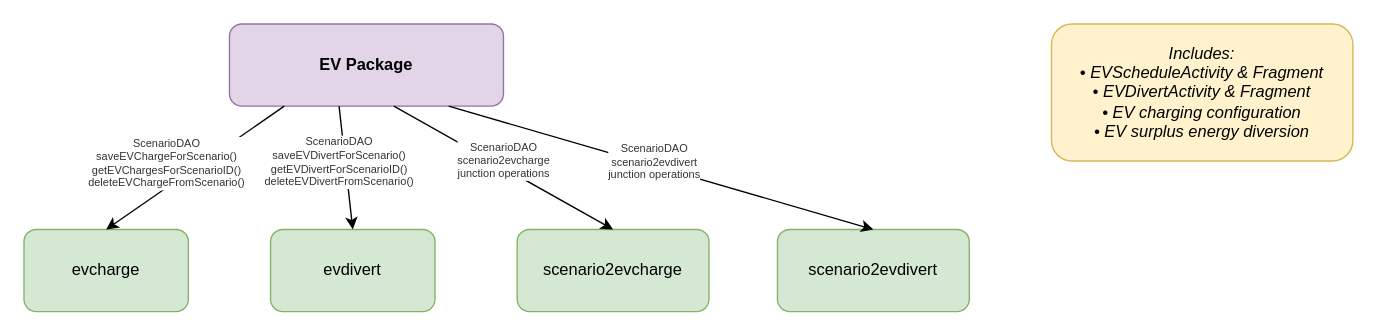
Tonyslogic/comparetout keeps this draw.io diagram as docs/model/ev-package.drawio. Above is the earlier version. Source tidied: cells renumbered, new cells numbered last; positions are measured from the earlier drawing's top-left corner, leaving out a move shared by most shapes. Both pictures are drawn from the tidied source at 137%, with x=0, y=0 at pixel (23, 23).
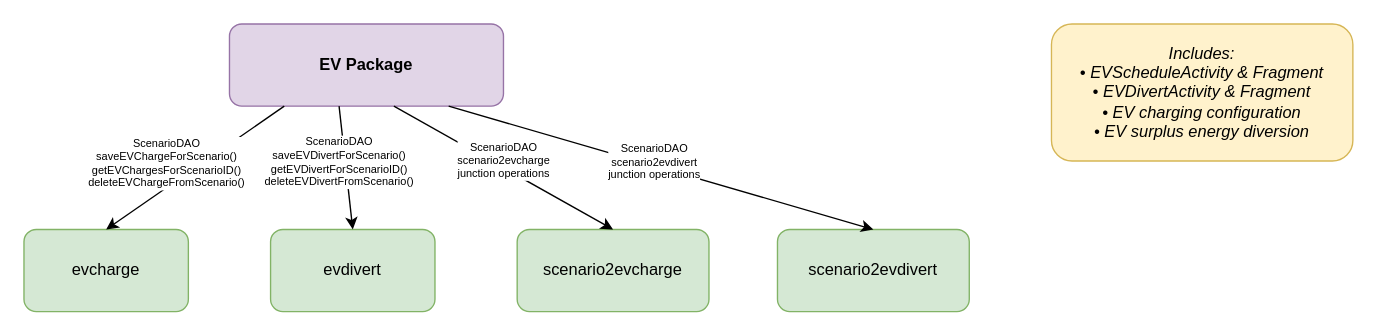
The same diagram, later.

Change to the diagram source:
```diff
@@
 <mxGraphModel>
   <root>
     <mxCell id="0" />
     <mxCell id="1" parent="0" />
     <mxCell id="2" value="EV Package" style="rounded=1;whiteSpace=wrap;html=1;fillColor=#E1D5E7;strokeColor=#9673A6;fontColor=#000000;fontStyle=1;" parent="1" vertex="1">
       <mxGeometry x="150" width="200" height="60" as="geometry" />
     </mxCell>
     <mxCell id="3" value="evcharge" style="rounded=1;whiteSpace=wrap;html=1;fillColor=#D5E8D4;strokeColor=#82B366;fontColor=#000000;" parent="1" vertex="1">
       <mxGeometry y="150" width="120" height="60" as="geometry" />
     </mxCell>
     <mxCell id="4" value="evdivert" style="rounded=1;whiteSpace=wrap;html=1;fillColor=#D5E8D4;strokeColor=#82B366;fontColor=#000000;" parent="1" vertex="1">
       <mxGeometry x="180" y="150" width="120" height="60" as="geometry" />
     </mxCell>
     <mxCell id="5" value="scenario2evcharge" style="rounded=1;whiteSpace=wrap;html=1;fillColor=#D5E8D4;strokeColor=#82B366;fontColor=#000000;" parent="1" vertex="1">
       <mxGeometry x="360" y="150" width="140" height="60" as="geometry" />
     </mxCell>
     <mxCell id="6" value="scenario2evdivert" style="rounded=1;whiteSpace=wrap;html=1;fillColor=#D5E8D4;strokeColor=#82B366;fontColor=#000000;" parent="1" vertex="1">
       <mxGeometry x="550" y="150" width="140" height="60" as="geometry" />
     </mxCell>
     <mxCell id="7" style="endArrow=classic;html=1;rounded=1;exitX=0.2;exitY=1;exitDx=0;exitDy=0;entryX=0.5;entryY=0;entryDx=0;entryDy=0;" parent="1" edge="1" source="2" target="3">
       <mxGeometry relative="1" as="geometry" />
     </mxCell>
-    <mxCell id="8" value="ScenarioDAO&#10;saveEVChargeForScenario()&#10;getEVChargesForScenarioID()&#10;deleteEVChargeFromScenario()" style="edgeLabel;html=1;align=center;verticalAlign=middle;fontSize=8;fontColor=#333333;" parent="7" vertex="1">
+    <mxCell id="8" value="ScenarioDAO&#10;saveEVChargeForScenario()&#10;getEVChargesForScenarioID()&#10;deleteEVChargeFromScenario()" style="edgeLabel;html=1;align=center;verticalAlign=middle;fontSize=8;fontColor=#000000;labelBackgroundColor=#FFFFFF;" parent="7" vertex="1">
       <mxGeometry x="-0.2" y="1" relative="1" as="geometry">
         <mxPoint x="-35" y="5" as="offset" />
       </mxGeometry>
     </mxCell>
     <mxCell id="9" style="endArrow=classic;html=1;rounded=1;exitX=0.4;exitY=1;exitDx=0;exitDy=0;entryX=0.5;entryY=0;entryDx=0;entryDy=0;" parent="1" edge="1" source="2" target="4">
       <mxGeometry relative="1" as="geometry" />
     </mxCell>
-    <mxCell id="10" value="ScenarioDAO&#10;saveEVDivertForScenario()&#10;getEVDivertForScenarioID()&#10;deleteEVDivertFromScenario()" style="edgeLabel;html=1;align=center;verticalAlign=middle;fontSize=8;fontColor=#333333;" parent="9" vertex="1">
+    <mxCell id="10" value="ScenarioDAO&#10;saveEVDivertForScenario()&#10;getEVDivertForScenarioID()&#10;deleteEVDivertFromScenario()" style="edgeLabel;html=1;align=center;verticalAlign=middle;fontSize=8;fontColor=#000000;labelBackgroundColor=#FFFFFF;" parent="9" vertex="1">
       <mxGeometry x="-0.2" y="1" relative="1" as="geometry">
         <mxPoint x="-5" y="5" as="offset" />
       </mxGeometry>
     </mxCell>
     <mxCell id="11" style="endArrow=classic;html=1;rounded=1;exitX=0.6;exitY=1;exitDx=0;exitDy=0;entryX=0.5;entryY=0;entryDx=0;entryDy=0;" parent="1" edge="1" source="2" target="5">
       <mxGeometry relative="1" as="geometry" />
     </mxCell>
-    <mxCell id="12" value="ScenarioDAO&#10;scenario2evcharge&#10;junction operations" style="edgeLabel;html=1;align=center;verticalAlign=middle;fontSize=8;fontColor=#333333;" parent="11" vertex="1">
+    <mxCell id="12" value="ScenarioDAO&#10;scenario2evcharge&#10;junction operations" style="edgeLabel;html=1;align=center;verticalAlign=middle;fontSize=8;fontColor=#000000;labelBackgroundColor=#FFFFFF;" parent="11" vertex="1">
       <mxGeometry x="-0.2" y="1" relative="1" as="geometry">
         <mxPoint x="15" y="5" as="offset" />
       </mxGeometry>
     </mxCell>
     <mxCell id="13" style="endArrow=classic;html=1;rounded=1;exitX=0.8;exitY=1;exitDx=0;exitDy=0;entryX=0.5;entryY=0;entryDx=0;entryDy=0;" parent="1" edge="1" source="2" target="6">
       <mxGeometry relative="1" as="geometry" />
     </mxCell>
-    <mxCell id="14" value="ScenarioDAO&#10;scenario2evdivert&#10;junction operations" style="edgeLabel;html=1;align=center;verticalAlign=middle;fontSize=8;fontColor=#333333;" parent="13" vertex="1">
+    <mxCell id="14" value="ScenarioDAO&#10;scenario2evdivert&#10;junction operations" style="edgeLabel;html=1;align=center;verticalAlign=middle;fontSize=8;fontColor=#000000;labelBackgroundColor=#FFFFFF;" parent="13" vertex="1">
       <mxGeometry x="-0.2" y="1" relative="1" as="geometry">
         <mxPoint x="25" y="5" as="offset" />
       </mxGeometry>
     </mxCell>
     <mxCell id="15" value="Includes:&#10;• EVScheduleActivity &amp; Fragment&#10;• EVDivertActivity &amp; Fragment&#10;• EV charging configuration&#10;• EV surplus energy diversion" style="rounded=1;whiteSpace=wrap;html=1;fillColor=#FFF2CC;strokeColor=#D6B656;fontColor=#000000;fontStyle=2;" parent="1" vertex="1">
       <mxGeometry x="750" width="220" height="100" as="geometry" />
     </mxCell>
   </root>
 </mxGraphModel>
```
